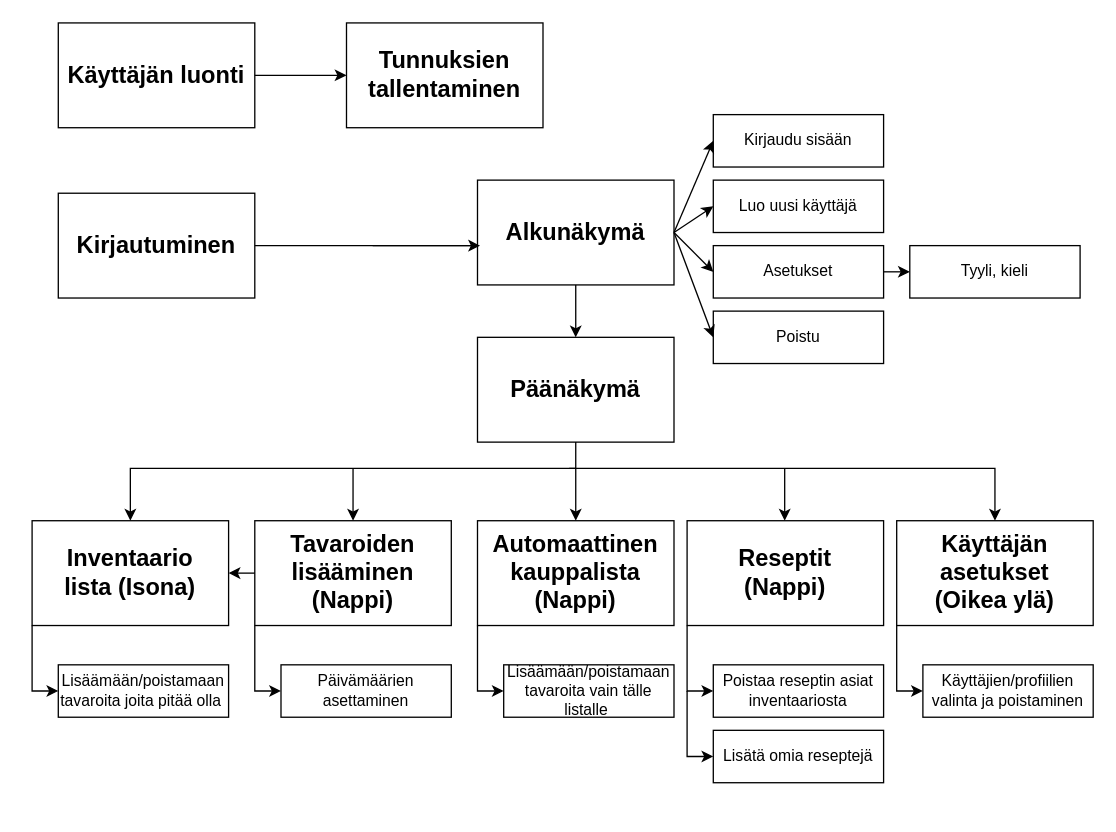
jimi22000/ProjektiCS keeps this draw.io diagram as Muu/Projekti.drawio. Above is the earlier version. Source tidied: cells renumbered, new cells numbered last; positions are measured from the earlier drawing's top-left corner, leaving out a move shared by most shapes. Both pictures are drawn from the tidied source at 131%, with x=0, y=0 at pixel (31, 22).
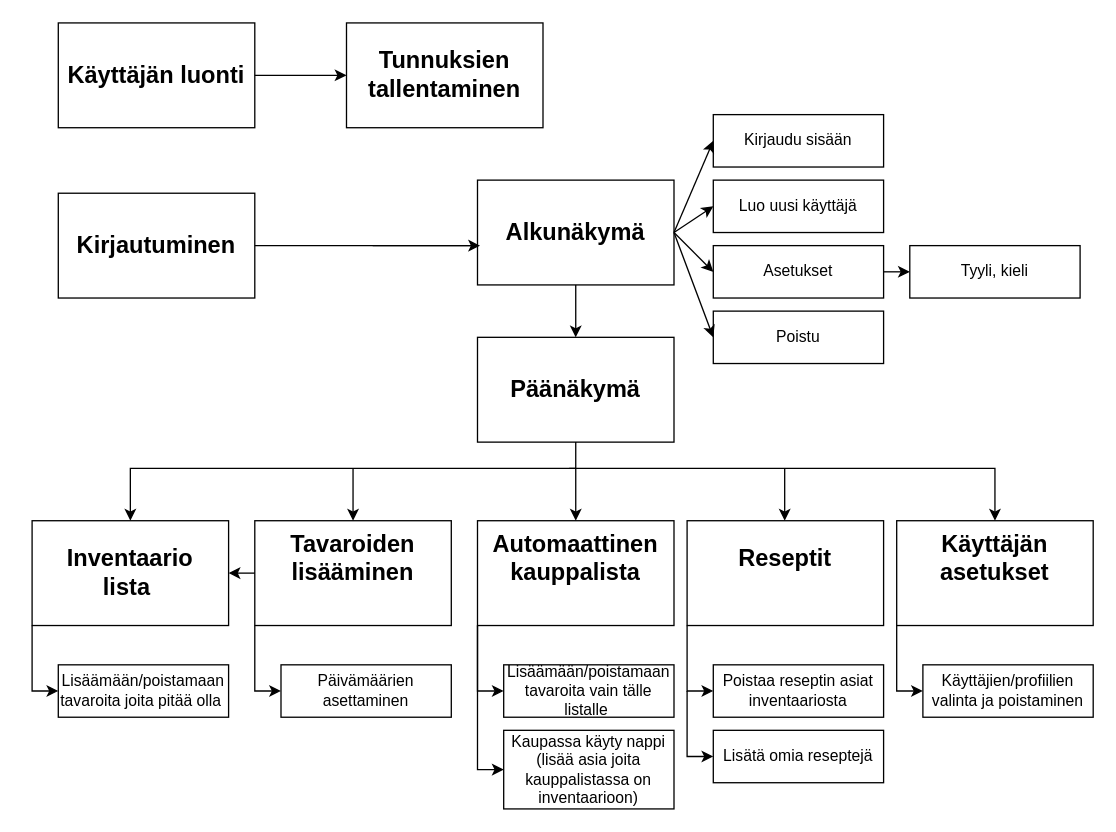
The same diagram, later.

Commit message:
Päivitys Uml kaavioon

The edit, as a diff of the source:
```diff
@@
-    <mxCell id="8" value="&lt;span style=&quot;font-size: 18px;&quot;&gt;&lt;b&gt;Käyttäjän asetukset&lt;br&gt;(Oikea ylä)&lt;br&gt;&lt;/b&gt;&lt;/span&gt;" style="rounded=0;whiteSpace=wrap;html=1;" parent="1" vertex="1">
+    <mxCell id="8" value="&lt;span style=&quot;font-size: 18px;&quot;&gt;&lt;b&gt;Käyttäjän asetukset&lt;br&gt;&lt;br&gt;&lt;/b&gt;&lt;/span&gt;" style="rounded=0;whiteSpace=wrap;html=1;" parent="1" vertex="1">
       <mxGeometry x="660" y="380" width="150" height="80" as="geometry" />
     </mxCell>
-    <mxCell id="9" value="&lt;span style=&quot;font-size: 18px;&quot;&gt;&lt;b&gt;Inventaario&lt;br&gt;lista (Isona)&lt;br&gt;&lt;/b&gt;&lt;/span&gt;" style="rounded=0;whiteSpace=wrap;html=1;" parent="1" vertex="1">
+    <mxCell id="9" value="&lt;span style=&quot;font-size: 18px;&quot;&gt;&lt;b&gt;Inventaario&lt;br&gt;lista&amp;nbsp;&lt;br&gt;&lt;/b&gt;&lt;/span&gt;" style="rounded=0;whiteSpace=wrap;html=1;" parent="1" vertex="1">
       <mxGeometry y="380" width="150" height="80" as="geometry" />
     </mxCell>
@@
-    <mxCell id="14" value="&lt;span style=&quot;font-size: 18px;&quot;&gt;&lt;b&gt;Tavaroiden lisääminen&lt;br&gt;(Nappi)&lt;br&gt;&lt;/b&gt;&lt;/span&gt;" style="rounded=0;whiteSpace=wrap;html=1;" parent="1" vertex="1">
+    <mxCell id="14" value="&lt;span style=&quot;font-size: 18px;&quot;&gt;&lt;b&gt;Tavaroiden lisääminen&lt;br&gt;&lt;br&gt;&lt;/b&gt;&lt;/span&gt;" style="rounded=0;whiteSpace=wrap;html=1;" parent="1" vertex="1">
       <mxGeometry x="170" y="380" width="150" height="80" as="geometry" />
     </mxCell>
@@
+    <mxCell id="43" style="edgeStyle=orthogonalEdgeStyle;rounded=0;jettySize=auto;html=1;exitX=0;exitY=1;exitDx=0;exitDy=0;entryX=0;entryY=0.5;entryDx=0;entryDy=0;" parent="1" edge="1" source="17" target="44">
+      <mxGeometry relative="1" as="geometry" />
+    </mxCell>
-    <mxCell id="17" value="&lt;span style=&quot;font-size: 18px;&quot;&gt;&lt;b&gt;Automaattinen&lt;br&gt;kauppalista&lt;br&gt;(Nappi)&lt;br&gt;&lt;/b&gt;&lt;/span&gt;" style="rounded=0;whiteSpace=wrap;html=1;" parent="1" vertex="1">
+    <mxCell id="17" value="&lt;span style=&quot;font-size: 18px;&quot;&gt;&lt;b&gt;Automaattinen&lt;br&gt;kauppalista&lt;br&gt;&lt;br&gt;&lt;/b&gt;&lt;/span&gt;" style="rounded=0;whiteSpace=wrap;html=1;" parent="1" vertex="1">
       <mxGeometry x="340" y="380" width="150" height="80" as="geometry" />
     </mxCell>
@@
-    <mxCell id="23" value="&lt;font style=&quot;font-size: 18px;&quot;&gt;&lt;b&gt;Reseptit&lt;/b&gt;&lt;/font&gt;&lt;br&gt;&lt;b style=&quot;border-color: var(--border-color); font-size: 18px;&quot;&gt;(Nappi)&lt;/b&gt;&lt;span style=&quot;font-size: 18px;&quot;&gt;&lt;b&gt;&lt;br&gt;&lt;/b&gt;&lt;/span&gt;" style="rounded=0;whiteSpace=wrap;html=1;" parent="1" vertex="1">
+    <mxCell id="23" value="&lt;font style=&quot;font-size: 18px;&quot;&gt;&lt;b&gt;Reseptit&lt;/b&gt;&lt;/font&gt;&lt;br&gt;&lt;span style=&quot;font-size: 18px;&quot;&gt;&lt;b&gt;&lt;br&gt;&lt;/b&gt;&lt;/span&gt;" style="rounded=0;whiteSpace=wrap;html=1;" parent="1" vertex="1">
       <mxGeometry x="500" y="380" width="150" height="80" as="geometry" />
     </mxCell>
@@
+    <mxCell id="44" value="Kaupassa käyty nappi&lt;br&gt;(lisää asia joita kauppalistassa on inventaarioon)" style="rounded=0;whiteSpace=wrap;html=1;" parent="1" vertex="1">
+      <mxGeometry x="360" y="540" width="130" height="60" as="geometry" />
+    </mxCell>
```
